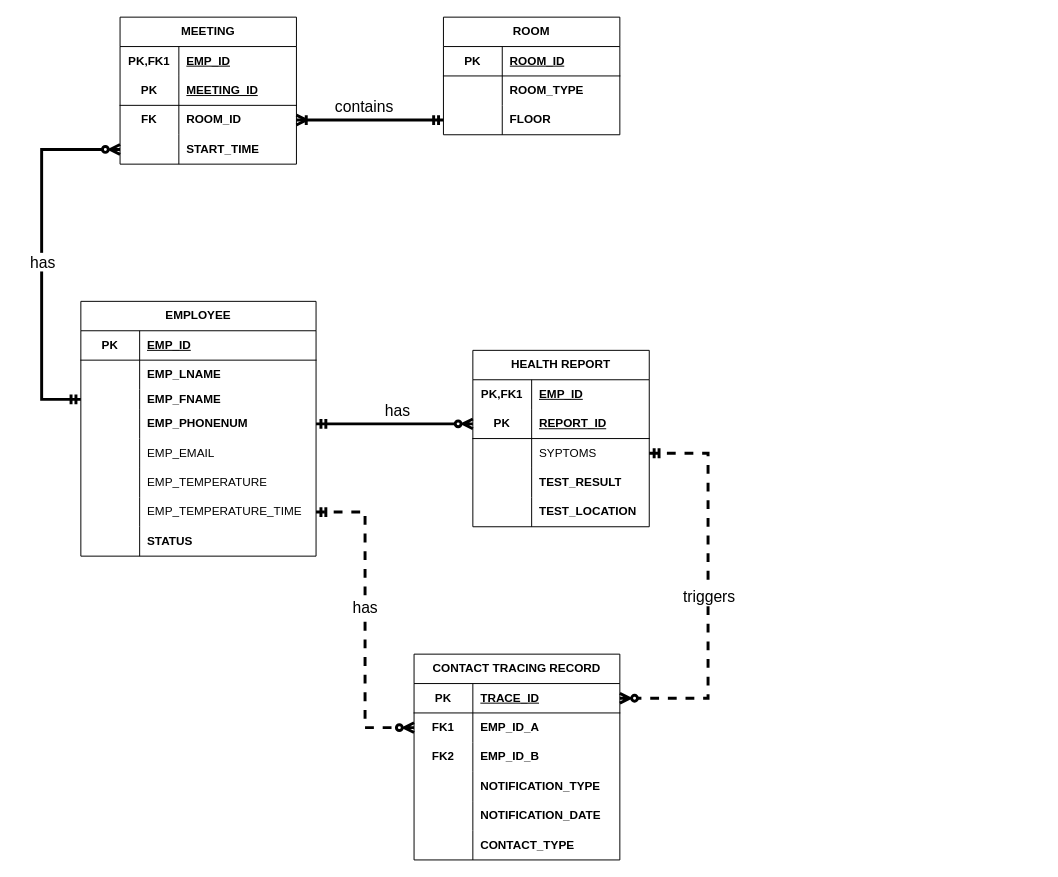
Eren-Jeager123/ERD-COVID keeps this draw.io diagram as hw1.drawio. Above is the earlier version. Source tidied: cells renumbered, new cells numbered last; positions are measured from the earlier drawing's top-left corner, leaving out a move shared by most shapes. Both pictures are drawn from the tidied source at 98%, with x=0, y=0 at pixel (41, 17).
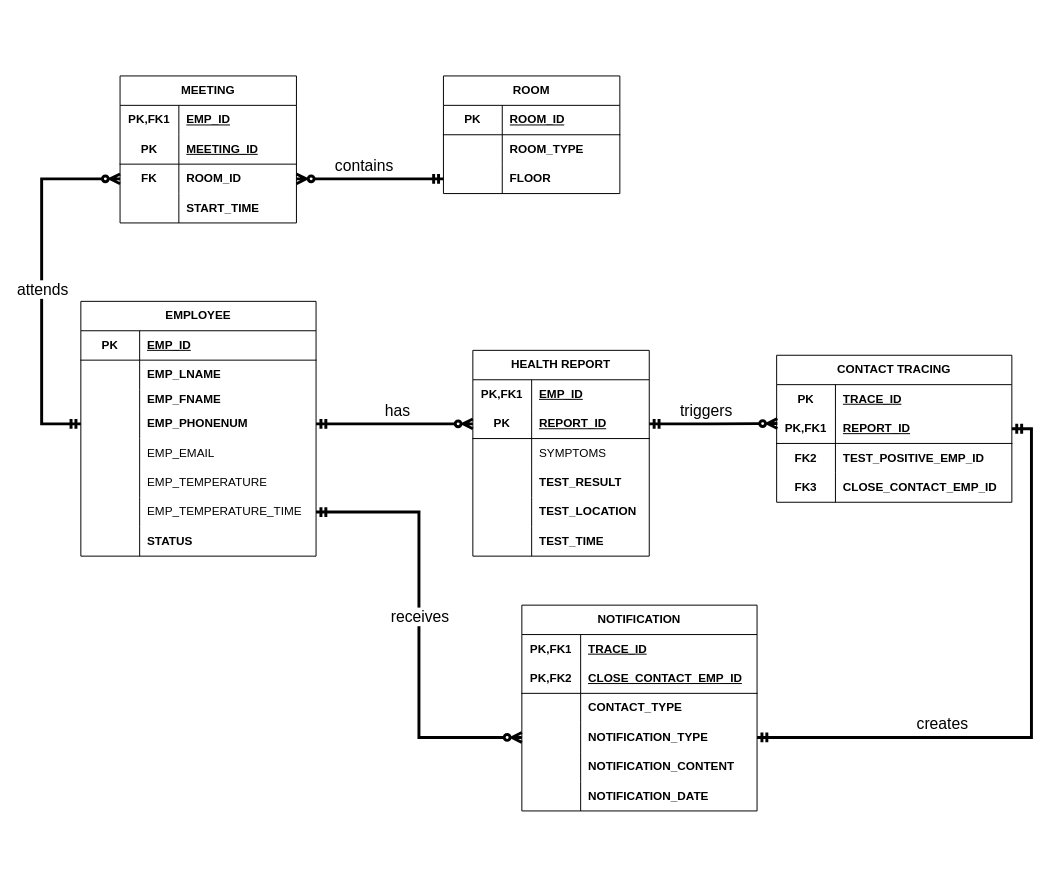
After the change.

The change refers to these unchanged cells:
```xml
<mxCell id="9" style="shape=tableRow;horizontal=0;startSize=0;swimlaneHead=0;swimlaneBody=0;fillColor=none;points=[[0,0.5],[1,0.5]];portConstraint=eastwest;top=0;left=0;right=0;bottom=0;html=1;" parent="2" vertex="1">
  <mxGeometry y="90" width="240" height="20" as="geometry" />
</mxCell>
<mxCell id="12" style="shape=tableRow;horizontal=0;startSize=0;swimlaneHead=0;swimlaneBody=0;fillColor=none;points=[[0,0.5],[1,0.5]];portConstraint=eastwest;top=0;left=0;right=0;bottom=0;html=1;" parent="2" vertex="1">
  <mxGeometry y="110" width="240" height="30" as="geometry" />
</mxCell>
<mxCell id="21" style="shape=tableRow;horizontal=0;startSize=0;swimlaneHead=0;swimlaneBody=0;fillColor=none;points=[[0,0.5],[1,0.5]];portConstraint=eastwest;top=0;left=0;right=0;bottom=0;html=1;" parent="2" vertex="1">
  <mxGeometry y="200" width="240" height="30" as="geometry" />
</mxCell>
<mxCell id="31" style="shape=tableRow;horizontal=0;startSize=0;swimlaneHead=0;swimlaneBody=0;fillColor=none;points=[[0,0.5],[1,0.5]];portConstraint=eastwest;top=0;left=0;right=0;bottom=1;html=1;" parent="27" vertex="1">
  <mxGeometry y="60" width="180" height="30" as="geometry" />
</mxCell>
<mxCell id="34" style="shape=tableRow;horizontal=0;startSize=0;swimlaneHead=0;swimlaneBody=0;fillColor=none;points=[[0,0.5],[1,0.5]];portConstraint=eastwest;top=0;left=0;right=0;bottom=0;html=1;" parent="27" vertex="1">
  <mxGeometry y="90" width="180" height="30" as="geometry" />
</mxCell>
<mxCell id="52" style="shape=tableRow;horizontal=0;startSize=0;swimlaneHead=0;swimlaneBody=0;fillColor=none;points=[[0,0.5],[1,0.5]];portConstraint=eastwest;top=0;left=0;right=0;bottom=0;html=1;fontStyle=0;" parent="45" vertex="1">
  <mxGeometry y="90" width="180" height="30" as="geometry" />
</mxCell>
<mxCell id="62" style="shape=tableRow;horizontal=0;startSize=0;swimlaneHead=0;swimlaneBody=0;fillColor=none;points=[[0,0.5],[1,0.5]];portConstraint=eastwest;top=0;left=0;right=0;bottom=0;html=1;" parent="55" vertex="1">
  <mxGeometry y="90" width="180" height="30" as="geometry" />
</mxCell>
<mxCell id="65" style="shape=tableRow;horizontal=0;startSize=0;swimlaneHead=0;swimlaneBody=0;fillColor=none;points=[[0,0.5],[1,0.5]];portConstraint=eastwest;top=0;left=0;right=0;bottom=0;html=1;fontStyle=1;" parent="55" vertex="1">
  <mxGeometry y="120" width="180" height="30" as="geometry" />
</mxCell>
```

The edit, as a diff of the source:
```diff
@@
     <mxCell id="27" value="HEALTH REPORT" style="shape=table;startSize=30;childLayout=tableLayout;rowLines=0;fontStyle=1;align=center;html=1;whiteSpace=wrap;" parent="1" vertex="1">
-      <mxGeometry x="440" y="340" width="180" height="180" as="geometry" />
+      <mxGeometry x="440" y="340" width="180" height="210" as="geometry" />
     </mxCell>
@@
-    <mxCell id="36" value="SYPTOMS" style="shape=partialRectangle;fillColor=none;top=0;left=0;bottom=0;right=0;align=left;spacingLeft=6;overflow=hidden;html=1;whiteSpace=wrap;" parent="34" vertex="1">
+    <mxCell id="36" value="SYMPTOMS" style="shape=partialRectangle;fillColor=none;top=0;left=0;bottom=0;right=0;align=left;spacingLeft=6;overflow=hidden;html=1;whiteSpace=wrap;" parent="34" vertex="1">
       <mxGeometry x="60" width="120" height="30" as="geometry" />
     </mxCell>
@@
+    <mxCell id="95" style="shape=tableRow;horizontal=0;startSize=0;swimlaneHead=0;swimlaneBody=0;fillColor=none;top=0;left=0;right=0;bottom=0;html=1;" parent="27" vertex="1">
+      <mxGeometry y="180" width="180" height="30" as="geometry" />
+    </mxCell>
+    <mxCell id="96" style="shape=partialRectangle;fillColor=none;top=0;left=0;bottom=0;right=0;overflow=hidden;html=1;whiteSpace=wrap;" parent="95" vertex="1">
+      <mxGeometry width="60" height="30" as="geometry" />
+    </mxCell>
+    <mxCell id="97" value="TEST_TIME" style="shape=partialRectangle;fillColor=none;top=0;left=0;bottom=0;right=0;align=left;spacingLeft=6;overflow=hidden;html=1;whiteSpace=wrap;fontStyle=1;" parent="95" vertex="1">
+      <mxGeometry x="60" width="120" height="30" as="geometry" />
+    </mxCell>
@@
     <mxCell id="45" value="ROOM" style="shape=table;startSize=30;childLayout=tableLayout;rowLines=0;fontStyle=1;align=center;html=1;whiteSpace=wrap;" parent="1" vertex="1">
-      <mxGeometry x="410" width="180" height="120" as="geometry" />
+      <mxGeometry x="410" y="60" width="180" height="120" as="geometry" />
     </mxCell>
@@
     <mxCell id="55" value="MEETING" style="shape=table;startSize=30;childLayout=tableLayout;rowLines=0;fontStyle=1;align=center;html=1;whiteSpace=wrap;" parent="1" vertex="1">
-      <mxGeometry x="80" width="180" height="150" as="geometry" />
+      <mxGeometry x="80" y="60" width="180" height="150" as="geometry" />
     </mxCell>
@@
-    <mxCell id="68" style="edgeStyle=orthogonalEdgeStyle;rounded=0;jettySize=auto;html=1;exitX=0;exitY=0.5;exitDx=0;exitDy=0;entryX=0;entryY=0.5;entryDx=0;entryDy=0;strokeWidth=3;startArrow=ERmandOne;startFill=0;endArrow=ERzeroToMany;endFill=0;" parent="1" edge="1" source="9" target="65">
+    <mxCell id="68" style="edgeStyle=orthogonalEdgeStyle;rounded=0;jettySize=auto;html=1;exitX=0;exitY=0.5;exitDx=0;exitDy=0;entryX=0;entryY=0.5;entryDx=0;entryDy=0;strokeWidth=3;startArrow=ERmandOne;startFill=0;endArrow=ERzeroToMany;endFill=0;" parent="1" edge="1" source="12" target="62">
       <mxGeometry relative="1" as="geometry">
         <Array as="points">
-          <mxPoint y="390" />
-          <mxPoint y="135" />
+          <mxPoint y="415" />
+          <mxPoint y="165" />
         </Array>
       </mxGeometry>
     </mxCell>
-    <mxCell id="69" value="has" style="edgeLabel;html=1;align=center;verticalAlign=middle;fontSize=16;" parent="68" vertex="1">
+    <mxCell id="69" value="attends" style="edgeLabel;html=1;align=center;verticalAlign=middle;fontSize=16;" parent="68" vertex="1">
       <mxGeometry x="0.05" y="-2" relative="1" as="geometry">
         <mxPoint x="-2" y="16" as="offset" />
       </mxGeometry>
     </mxCell>
-    <mxCell id="70" style="edgeStyle=orthogonalEdgeStyle;rounded=0;jettySize=auto;html=1;exitX=1;exitY=0.5;exitDx=0;exitDy=0;entryX=0;entryY=0.5;entryDx=0;entryDy=0;strokeWidth=3;endArrow=ERmandOne;endFill=0;startArrow=ERoneToMany;startFill=0;" parent="1" edge="1" source="62" target="52">
+    <mxCell id="70" style="edgeStyle=orthogonalEdgeStyle;rounded=0;jettySize=auto;html=1;exitX=1;exitY=0.5;exitDx=0;exitDy=0;entryX=0;entryY=0.5;entryDx=0;entryDy=0;strokeWidth=3;endArrow=ERmandOne;endFill=0;startArrow=ERzeroToMany;startFill=0;" parent="1" edge="1" source="62" target="52">
       <mxGeometry relative="1" as="geometry" />
     </mxCell>
@@
-    <mxCell id="72" value="CONTACT TRACING RECORD" style="shape=table;startSize=30;childLayout=tableLayout;rowLines=0;fontStyle=1;align=center;html=1;whiteSpace=wrap;" parent="1" vertex="1">
-      <mxGeometry x="380" y="650" width="210" height="210" as="geometry" />
+    <mxCell id="72" value="CONTACT TRACING" style="shape=table;startSize=30;childLayout=tableLayout;rowLines=0;fontStyle=1;align=center;html=1;whiteSpace=wrap;" parent="1" vertex="1">
+      <mxGeometry x="750" y="345" width="240" height="150" as="geometry" />
     </mxCell>
+    <mxCell id="98" style="shape=tableRow;horizontal=0;startSize=0;swimlaneHead=0;swimlaneBody=0;fillColor=none;top=0;left=0;right=0;bottom=0;" parent="72" vertex="1">
+      <mxGeometry y="30" width="240" height="30" as="geometry" />
+    </mxCell>
+    <mxCell id="99" value="&lt;b&gt;PK&lt;/b&gt;" style="shape=partialRectangle;fillColor=none;top=0;left=0;bottom=0;right=0;fontStyle=0;overflow=hidden;whiteSpace=wrap;html=1;" parent="98" vertex="1">
+      <mxGeometry width="60" height="30" as="geometry" />
+    </mxCell>
+    <mxCell id="100" value="&lt;b&gt;&lt;u&gt;TRACE_ID&lt;/u&gt;&lt;/b&gt;" style="shape=partialRectangle;fillColor=none;top=0;left=0;bottom=0;right=0;align=left;spacingLeft=6;fontStyle=0;overflow=hidden;whiteSpace=wrap;html=1;" parent="98" vertex="1">
+      <mxGeometry x="60" width="180" height="30" as="geometry" />
+    </mxCell>
     <mxCell id="73" style="shape=tableRow;horizontal=0;startSize=0;swimlaneHead=0;swimlaneBody=0;fillColor=none;points=[[0,0.5],[1,0.5]];portConstraint=eastwest;top=0;left=0;right=0;bottom=1;html=1;" parent="72" vertex="1">
-      <mxGeometry y="30" width="210" height="30" as="geometry" />
+      <mxGeometry y="60" width="240" height="30" as="geometry" />
     </mxCell>
-    <mxCell id="74" value="PK" style="shape=partialRectangle;fillColor=none;top=0;left=0;bottom=0;right=0;fontStyle=1;overflow=hidden;html=1;whiteSpace=wrap;" parent="73" vertex="1">
+    <mxCell id="74" value="PK,FK1" style="shape=partialRectangle;fillColor=none;top=0;left=0;bottom=0;right=0;fontStyle=1;overflow=hidden;html=1;whiteSpace=wrap;" parent="73" vertex="1">
       <mxGeometry width="60" height="30" as="geometry" />
     </mxCell>
-    <mxCell id="75" value="TRACE_ID" style="shape=partialRectangle;fillColor=none;top=0;left=0;bottom=0;right=0;align=left;spacingLeft=6;fontStyle=5;overflow=hidden;html=1;whiteSpace=wrap;" parent="73" vertex="1">
-      <mxGeometry x="60" width="150" height="30" as="geometry" />
+    <mxCell id="75" value="REPORT_ID" style="shape=partialRectangle;fillColor=none;top=0;left=0;bottom=0;right=0;align=left;spacingLeft=6;fontStyle=5;overflow=hidden;html=1;whiteSpace=wrap;" parent="73" vertex="1">
+      <mxGeometry x="60" width="180" height="30" as="geometry" />
     </mxCell>
     <mxCell id="76" style="shape=tableRow;horizontal=0;startSize=0;swimlaneHead=0;swimlaneBody=0;fillColor=none;points=[[0,0.5],[1,0.5]];portConstraint=eastwest;top=0;left=0;right=0;bottom=0;html=1;" parent="72" vertex="1">
-      <mxGeometry y="60" width="210" height="30" as="geometry" />
+      <mxGeometry y="90" width="240" height="30" as="geometry" />
     </mxCell>
-    <mxCell id="77" value="&lt;b&gt;FK1&lt;/b&gt;" style="shape=partialRectangle;fillColor=none;top=0;left=0;bottom=0;right=0;overflow=hidden;html=1;whiteSpace=wrap;" parent="76" vertex="1">
+    <mxCell id="77" value="&lt;b&gt;FK2&lt;/b&gt;" style="shape=partialRectangle;fillColor=none;top=0;left=0;bottom=0;right=0;overflow=hidden;html=1;whiteSpace=wrap;" parent="76" vertex="1">
       <mxGeometry width="60" height="30" as="geometry" />
     </mxCell>
-    <mxCell id="78" value="&lt;b&gt;EMP_ID_A&lt;/b&gt;" style="shape=partialRectangle;fillColor=none;top=0;left=0;bottom=0;right=0;align=left;spacingLeft=6;overflow=hidden;html=1;whiteSpace=wrap;" parent="76" vertex="1">
-      <mxGeometry x="60" width="150" height="30" as="geometry" />
+    <mxCell id="78" value="&lt;b&gt;TEST_POSITIVE_EMP_ID&lt;/b&gt;" style="shape=partialRectangle;fillColor=none;top=0;left=0;bottom=0;right=0;align=left;spacingLeft=6;overflow=hidden;html=1;whiteSpace=wrap;" parent="76" vertex="1">
+      <mxGeometry x="60" width="180" height="30" as="geometry" />
     </mxCell>
     <mxCell id="79" style="shape=tableRow;horizontal=0;startSize=0;swimlaneHead=0;swimlaneBody=0;fillColor=none;top=0;left=0;right=0;bottom=0;" parent="72" vertex="1">
-      <mxGeometry y="90" width="210" height="30" as="geometry" />
+      <mxGeometry y="120" width="240" height="30" as="geometry" />
     </mxCell>
-    <mxCell id="80" value="&lt;b&gt;FK2&lt;/b&gt;" style="shape=partialRectangle;fillColor=none;top=0;left=0;bottom=0;right=0;fontStyle=0;overflow=hidden;whiteSpace=wrap;html=1;" parent="79" vertex="1">
+    <mxCell id="80" value="&lt;b&gt;FK3&lt;/b&gt;" style="shape=partialRectangle;fillColor=none;top=0;left=0;bottom=0;right=0;fontStyle=0;overflow=hidden;whiteSpace=wrap;html=1;" parent="79" vertex="1">
       <mxGeometry width="60" height="30" as="geometry" />
     </mxCell>
-    <mxCell id="81" value="&lt;b&gt;EMP_ID_B&lt;/b&gt;" style="shape=partialRectangle;fillColor=none;top=0;left=0;bottom=0;right=0;align=left;spacingLeft=6;fontStyle=0;overflow=hidden;whiteSpace=wrap;html=1;" parent="79" vertex="1">
-      <mxGeometry x="60" width="150" height="30" as="geometry" />
+    <mxCell id="81" value="&lt;b&gt;CLOSE_CONTACT_EMP_ID&lt;/b&gt;" style="shape=partialRectangle;fillColor=none;top=0;left=0;bottom=0;right=0;align=left;spacingLeft=6;fontStyle=0;overflow=hidden;whiteSpace=wrap;html=1;" parent="79" vertex="1">
+      <mxGeometry x="60" width="180" height="30" as="geometry" />
     </mxCell>
-    <mxCell id="82" style="shape=tableRow;horizontal=0;startSize=0;swimlaneHead=0;swimlaneBody=0;fillColor=none;top=0;left=0;right=0;bottom=0;html=1;" parent="72" vertex="1">
-      <mxGeometry y="120" width="210" height="30" as="geometry" />
-    </mxCell>
-    <mxCell id="83" style="shape=partialRectangle;fillColor=none;top=0;left=0;bottom=0;right=0;overflow=hidden;html=1;whiteSpace=wrap;" parent="82" vertex="1">
-      <mxGeometry width="60" height="30" as="geometry" />
-    </mxCell>
+    <mxCell id="101" value="NOTIFICATION" style="shape=table;startSize=30;childLayout=tableLayout;rowLines=0;fontStyle=1;align=center;html=1;whiteSpace=wrap;" parent="1" vertex="1">
+      <mxGeometry x="490" y="600" width="240" height="210" as="geometry" />
+    </mxCell>
+    <mxCell id="102" style="shape=tableRow;horizontal=0;startSize=0;swimlaneHead=0;swimlaneBody=0;fillColor=none;top=0;left=0;right=0;bottom=0;html=1;" parent="101" vertex="1">
+      <mxGeometry y="30" width="240" height="30" as="geometry" />
+    </mxCell>
+    <mxCell id="103" value="PK,FK1" style="shape=partialRectangle;fillColor=none;top=0;left=0;bottom=0;right=0;fontStyle=1;overflow=hidden;html=1;whiteSpace=wrap;" parent="102" vertex="1">
+      <mxGeometry width="60" height="30" as="geometry" />
+    </mxCell>
+    <mxCell id="104" value="TRACE_ID" style="shape=partialRectangle;fillColor=none;top=0;left=0;bottom=0;right=0;align=left;spacingLeft=6;fontStyle=5;overflow=hidden;html=1;whiteSpace=wrap;" parent="102" vertex="1">
+      <mxGeometry x="60" width="180" height="30" as="geometry" />
+    </mxCell>
+    <mxCell id="105" style="shape=tableRow;horizontal=0;startSize=0;swimlaneHead=0;swimlaneBody=0;fillColor=none;top=0;left=0;right=0;bottom=1;html=1;" parent="101" vertex="1">
+      <mxGeometry y="60" width="240" height="30" as="geometry" />
+    </mxCell>
+    <mxCell id="106" value="PK,FK2" style="shape=partialRectangle;fillColor=none;top=0;left=0;bottom=0;right=0;fontStyle=1;overflow=hidden;html=1;whiteSpace=wrap;" parent="105" vertex="1">
+      <mxGeometry width="60" height="30" as="geometry" />
+    </mxCell>
+    <mxCell id="107" value="CLOSE_CONTACT_EMP_ID" style="shape=partialRectangle;fillColor=none;top=0;left=0;bottom=0;right=0;align=left;spacingLeft=6;fontStyle=5;overflow=hidden;html=1;whiteSpace=wrap;" parent="105" vertex="1">
+      <mxGeometry x="60" width="180" height="30" as="geometry" />
+    </mxCell>
+    <mxCell id="108" style="shape=tableRow;horizontal=0;startSize=0;swimlaneHead=0;swimlaneBody=0;fillColor=none;top=0;left=0;right=0;bottom=0;html=1;" parent="101" vertex="1">
+      <mxGeometry y="90" width="240" height="30" as="geometry" />
+    </mxCell>
+    <mxCell id="109" style="shape=partialRectangle;fillColor=none;top=0;left=0;bottom=0;right=0;overflow=hidden;html=1;whiteSpace=wrap;" parent="108" vertex="1">
+      <mxGeometry width="60" height="30" as="geometry" />
+    </mxCell>
+    <mxCell id="90" value="&lt;b&gt;CONTACT_TYPE&lt;/b&gt;" style="shape=partialRectangle;fillColor=none;top=0;left=0;bottom=0;right=0;align=left;spacingLeft=6;overflow=hidden;html=1;whiteSpace=wrap;" parent="108" vertex="1">
+      <mxGeometry x="60" width="180" height="30" as="geometry" />
+    </mxCell>
+    <mxCell id="110" style="shape=tableRow;horizontal=0;startSize=0;swimlaneHead=0;swimlaneBody=0;fillColor=none;points=[[0,0.5],[1,0.5]];portConstraint=eastwest;top=0;left=0;right=0;bottom=0;html=1;" parent="101" vertex="1">
+      <mxGeometry y="120" width="240" height="30" as="geometry" />
+    </mxCell>
+    <mxCell id="111" style="shape=partialRectangle;fillColor=none;top=0;left=0;bottom=0;right=0;overflow=hidden;html=1;whiteSpace=wrap;" parent="110" vertex="1">
+      <mxGeometry width="60" height="30" as="geometry" />
+    </mxCell>
-    <mxCell id="84" value="&lt;b&gt;NOTIFICATION_TYPE&lt;/b&gt;" style="shape=partialRectangle;fillColor=none;top=0;left=0;bottom=0;right=0;align=left;spacingLeft=6;overflow=hidden;html=1;whiteSpace=wrap;" parent="82" vertex="1">
-      <mxGeometry x="60" width="150" height="30" as="geometry" />
+    <mxCell id="84" value="&lt;b&gt;NOTIFICATION_TYPE&lt;/b&gt;" style="shape=partialRectangle;fillColor=none;top=0;left=0;bottom=0;right=0;align=left;spacingLeft=6;overflow=hidden;html=1;whiteSpace=wrap;" parent="110" vertex="1">
+      <mxGeometry x="60" width="180" height="30" as="geometry" />
     </mxCell>
-    <mxCell id="85" style="shape=tableRow;horizontal=0;startSize=0;swimlaneHead=0;swimlaneBody=0;fillColor=none;top=0;left=0;right=0;bottom=0;html=1;" parent="72" vertex="1">
-      <mxGeometry y="150" width="210" height="30" as="geometry" />
-    </mxCell>
-    <mxCell id="86" style="shape=partialRectangle;fillColor=none;top=0;left=0;bottom=0;right=0;overflow=hidden;html=1;whiteSpace=wrap;" parent="85" vertex="1">
-      <mxGeometry width="60" height="30" as="geometry" />
-    </mxCell>
+    <mxCell id="112" style="shape=tableRow;horizontal=0;startSize=0;swimlaneHead=0;swimlaneBody=0;fillColor=none;top=0;left=0;right=0;bottom=0;html=1;" parent="101" vertex="1">
+      <mxGeometry y="150" width="240" height="30" as="geometry" />
+    </mxCell>
+    <mxCell id="113" style="shape=partialRectangle;fillColor=none;top=0;left=0;bottom=0;right=0;overflow=hidden;html=1;whiteSpace=wrap;" parent="112" vertex="1">
+      <mxGeometry width="60" height="30" as="geometry" />
+    </mxCell>
+    <mxCell id="114" value="&lt;b&gt;NOTIFICATION_CONTENT&lt;/b&gt;" style="shape=partialRectangle;fillColor=none;top=0;left=0;bottom=0;right=0;align=left;spacingLeft=6;overflow=hidden;html=1;whiteSpace=wrap;" parent="112" vertex="1">
+      <mxGeometry x="60" width="180" height="30" as="geometry" />
+    </mxCell>
+    <mxCell id="115" style="shape=tableRow;horizontal=0;startSize=0;swimlaneHead=0;swimlaneBody=0;fillColor=none;top=0;left=0;right=0;bottom=0;html=1;" parent="101" vertex="1">
+      <mxGeometry y="180" width="240" height="30" as="geometry" />
+    </mxCell>
+    <mxCell id="116" style="shape=partialRectangle;fillColor=none;top=0;left=0;bottom=0;right=0;overflow=hidden;html=1;whiteSpace=wrap;" parent="115" vertex="1">
+      <mxGeometry width="60" height="30" as="geometry" />
+    </mxCell>
-    <mxCell id="87" value="&lt;b&gt;NOTIFICATION_DATE&lt;/b&gt;" style="shape=partialRectangle;fillColor=none;top=0;left=0;bottom=0;right=0;align=left;spacingLeft=6;overflow=hidden;html=1;whiteSpace=wrap;" parent="85" vertex="1">
-      <mxGeometry x="60" width="150" height="30" as="geometry" />
+    <mxCell id="87" value="&lt;b&gt;NOTIFICATION_DATE&lt;/b&gt;" style="shape=partialRectangle;fillColor=none;top=0;left=0;bottom=0;right=0;align=left;spacingLeft=6;overflow=hidden;html=1;whiteSpace=wrap;" parent="115" vertex="1">
+      <mxGeometry x="60" width="180" height="30" as="geometry" />
     </mxCell>
-    <mxCell id="88" style="shape=tableRow;horizontal=0;startSize=0;swimlaneHead=0;swimlaneBody=0;fillColor=none;top=0;left=0;right=0;bottom=0;html=1;" parent="72" vertex="1">
-      <mxGeometry y="180" width="210" height="30" as="geometry" />
-    </mxCell>
-    <mxCell id="89" style="shape=partialRectangle;fillColor=none;top=0;left=0;bottom=0;right=0;overflow=hidden;html=1;whiteSpace=wrap;" parent="88" vertex="1">
-      <mxGeometry width="60" height="30" as="geometry" />
-    </mxCell>
-    <mxCell id="90" value="&lt;b&gt;CONTACT_TYPE&lt;/b&gt;" style="shape=partialRectangle;fillColor=none;top=0;left=0;bottom=0;right=0;align=left;spacingLeft=6;overflow=hidden;html=1;whiteSpace=wrap;" parent="88" vertex="1">
-      <mxGeometry x="60" width="150" height="30" as="geometry" />
-    </mxCell>
-    <mxCell id="91" style="edgeStyle=orthogonalEdgeStyle;rounded=0;jettySize=auto;html=1;exitX=1;exitY=0.5;exitDx=0;exitDy=0;entryX=1;entryY=0.5;entryDx=0;entryDy=0;strokeWidth=3;startArrow=ERmandOne;startFill=0;endArrow=ERzeroToMany;endFill=0;dashed=1;" parent="1" edge="1" source="34" target="73">
-      <mxGeometry relative="1" as="geometry">
-        <Array as="points">
-          <mxPoint x="680" y="445" />
-          <mxPoint x="680" y="695" />
-        </Array>
-      </mxGeometry>
-    </mxCell>
+    <mxCell id="117" style="edgeStyle=orthogonalEdgeStyle;rounded=0;jettySize=auto;html=1;exitX=1;exitY=0.5;exitDx=0;exitDy=0;entryX=0.003;entryY=0.323;entryDx=0;entryDy=0;entryPerimeter=0;strokeWidth=3;startArrow=ERmandOne;startFill=0;endArrow=ERzeroToMany;endFill=0;" parent="1" edge="1" source="31" target="73">
+      <mxGeometry relative="1" as="geometry" />
+    </mxCell>
-    <mxCell id="92" value="&lt;font style=&quot;font-size: 16px;&quot;&gt;triggers&lt;/font&gt;" style="edgeLabel;html=1;align=center;verticalAlign=middle;" parent="91" vertex="1">
-      <mxGeometry x="-0.04" y="-4" relative="1" as="geometry">
-        <mxPoint x="4" y="13" as="offset" />
+    <mxCell id="92" value="&lt;font style=&quot;font-size: 16px;&quot;&gt;triggers&lt;/font&gt;" style="edgeLabel;html=1;align=center;verticalAlign=middle;" parent="117" vertex="1">
+      <mxGeometry x="-0.12" y="1" relative="1" as="geometry">
+        <mxPoint x="-1" y="-14" as="offset" />
       </mxGeometry>
     </mxCell>
-    <mxCell id="93" style="edgeStyle=orthogonalEdgeStyle;rounded=0;jettySize=auto;html=1;exitX=1;exitY=0.5;exitDx=0;exitDy=0;entryX=0;entryY=0.5;entryDx=0;entryDy=0;strokeWidth=3;startArrow=ERmandOne;startFill=0;endArrow=ERzeroToMany;endFill=0;dashed=1;" parent="1" edge="1" source="21" target="76">
-      <mxGeometry relative="1" as="geometry" />
-    </mxCell>
-    <mxCell id="94" value="&lt;font style=&quot;font-size: 16px;&quot;&gt;has&lt;/font&gt;" style="edgeLabel;html=1;align=center;verticalAlign=middle;" parent="93" vertex="1">
-      <mxGeometry x="-0.09" y="-1" relative="1" as="geometry" />
-    </mxCell>
+    <mxCell id="118" style="edgeStyle=orthogonalEdgeStyle;rounded=0;jettySize=auto;html=1;exitX=1;exitY=0.5;exitDx=0;exitDy=0;entryX=1;entryY=0.5;entryDx=0;entryDy=0;strokeWidth=3;startArrow=ERmandOne;startFill=0;endArrow=ERmandOne;endFill=0;" parent="1" edge="1" source="73" target="110">
+      <mxGeometry relative="1" as="geometry" />
+    </mxCell>
+    <mxCell id="119" value="&lt;span style=&quot;font-size: 16px;&quot;&gt;creates&lt;/span&gt;" style="edgeLabel;html=1;align=center;verticalAlign=middle;" parent="118" vertex="1">
+      <mxGeometry x="0.41" y="-2" relative="1" as="geometry">
+        <mxPoint x="7" y="-13" as="offset" />
+      </mxGeometry>
+    </mxCell>
+    <mxCell id="120" style="edgeStyle=orthogonalEdgeStyle;rounded=0;jettySize=auto;html=1;exitX=1;exitY=0.5;exitDx=0;exitDy=0;entryX=0;entryY=0.5;entryDx=0;entryDy=0;strokeWidth=3;startArrow=ERmandOne;startFill=0;endArrow=ERzeroToMany;endFill=0;" parent="1" edge="1" source="21" target="110">
+      <mxGeometry relative="1" as="geometry" />
+    </mxCell>
+    <mxCell id="121" value="&lt;font style=&quot;font-size: 16px;&quot;&gt;receives&lt;/font&gt;" style="edgeLabel;html=1;align=center;verticalAlign=middle;" parent="120" vertex="1">
+      <mxGeometry x="0.1" relative="1" as="geometry">
+        <mxPoint y="-31" as="offset" />
+      </mxGeometry>
+    </mxCell>
```
